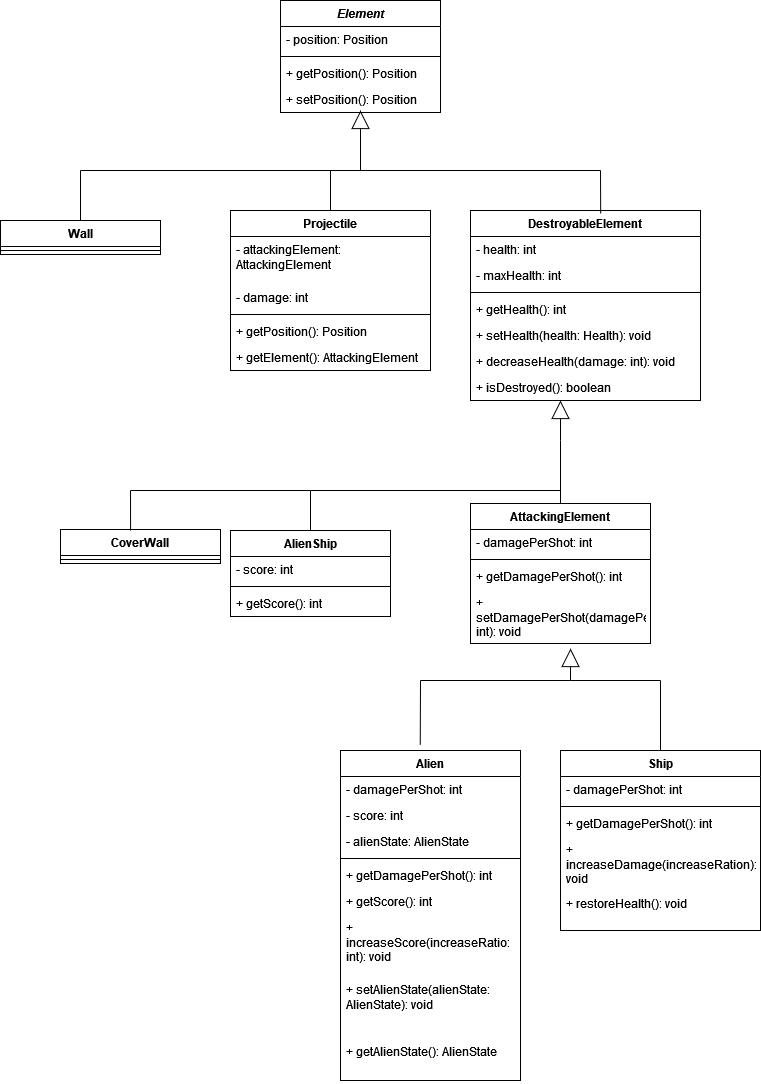
This is docs/Images_UML/Composite_Pattern.png from FEUP-LDTS-2023/project-l04gr03, a draw.io export, as it was before one commit. Source tidied: cells renumbered, new cells last; positions are measured from the earlier drawing's top-left corner, leaving out a move shared by most shapes.
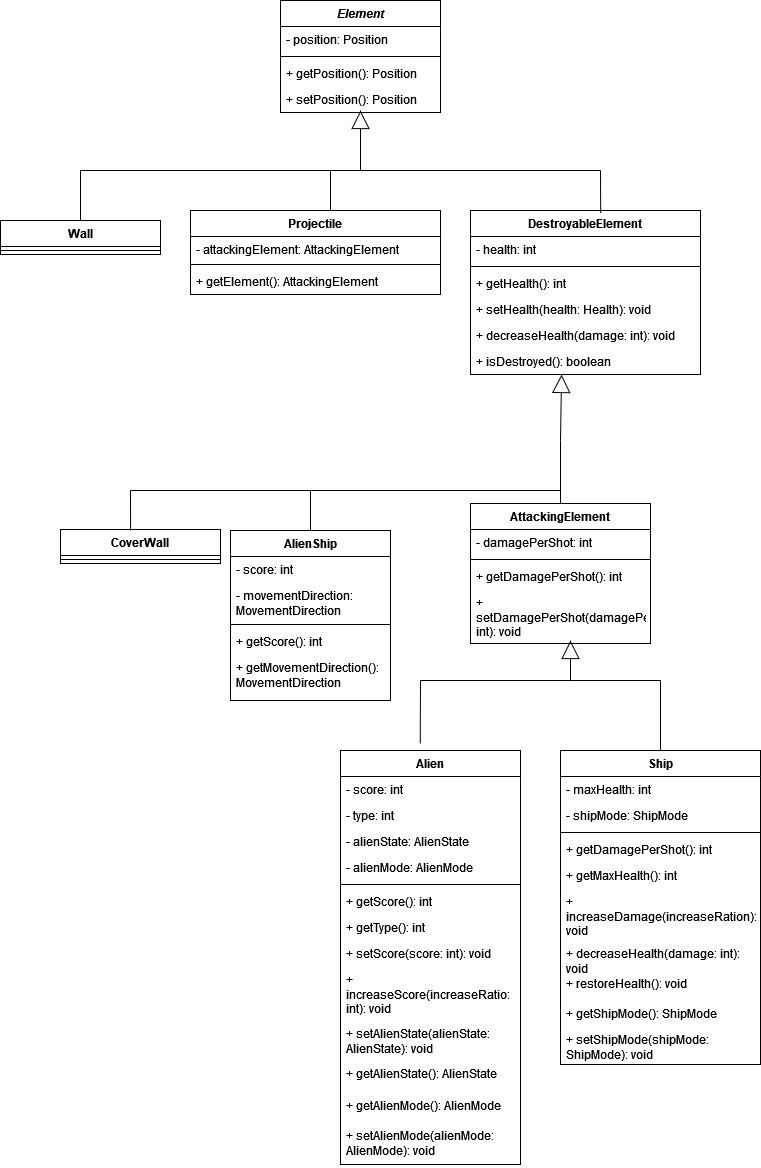
After the commit.

Commit message:
Updating composite pattern UML.

Change to the diagram source:
```diff
@@ -24,41 +24,44 @@
       <mxGeometry y="26" width="160" height="8" as="geometry" />
     </mxCell>
     <mxCell id="9" value="DestroyableElement" style="swimlane;fontStyle=1;align=center;verticalAlign=top;horizontal=1;startSize=26;whiteSpace=wrap;html=1;" parent="1" vertex="1">
-      <mxGeometry x="470" y="210" width="230" height="190" as="geometry" />
+      <mxGeometry x="470" y="210" width="230" height="164" as="geometry" />
     </mxCell>
     <mxCell id="10" value="- health: int" style="text;strokeColor=none;fillColor=none;align=left;verticalAlign=top;spacingLeft=4;spacingRight=4;overflow=hidden;whiteSpace=wrap;html=1;" parent="9" vertex="1">
       <mxGeometry y="26" width="230" height="26" as="geometry" />
     </mxCell>
-    <mxCell id="11" value="- maxHealth: int" style="text;strokeColor=none;fillColor=none;align=left;verticalAlign=top;spacingLeft=4;spacingRight=4;overflow=hidden;whiteSpace=wrap;html=1;" parent="9" vertex="1">
-      <mxGeometry y="52" width="230" height="26" as="geometry" />
-    </mxCell>
     <mxCell id="12" style="line;strokeWidth=1;fillColor=none;align=left;verticalAlign=middle;spacingTop=-1;spacingLeft=3;spacingRight=3;labelPosition=right;strokeColor=inherit;" parent="9" vertex="1">
-      <mxGeometry y="78" width="230" height="8" as="geometry" />
+      <mxGeometry y="52" width="230" height="8" as="geometry" />
     </mxCell>
     <mxCell id="13" value="+ getHealth(): int" style="text;strokeColor=none;fillColor=none;align=left;verticalAlign=top;spacingLeft=4;spacingRight=4;overflow=hidden;whiteSpace=wrap;html=1;" parent="9" vertex="1">
-      <mxGeometry y="86" width="230" height="26" as="geometry" />
+      <mxGeometry y="60" width="230" height="26" as="geometry" />
     </mxCell>
     <mxCell id="14" value="+ setHealth(health: Health): void" style="text;strokeColor=none;fillColor=none;align=left;verticalAlign=top;spacingLeft=4;spacingRight=4;overflow=hidden;whiteSpace=wrap;html=1;" parent="9" vertex="1">
-      <mxGeometry y="112" width="230" height="26" as="geometry" />
+      <mxGeometry y="86" width="230" height="26" as="geometry" />
     </mxCell>
     <mxCell id="15" value="+ decreaseHealth(damage: int): void" style="text;strokeColor=none;fillColor=none;align=left;verticalAlign=top;spacingLeft=4;spacingRight=4;overflow=hidden;whiteSpace=wrap;html=1;" parent="9" vertex="1">
-      <mxGeometry y="138" width="230" height="26" as="geometry" />
+      <mxGeometry y="112" width="230" height="26" as="geometry" />
     </mxCell>
     <mxCell id="16" value="+ isDestroyed(): boolean" style="text;strokeColor=none;fillColor=none;align=left;verticalAlign=top;spacingLeft=4;spacingRight=4;overflow=hidden;points=[[0,0.5],[1,0.5]];portConstraint=eastwest;whiteSpace=wrap;html=1;" parent="9" vertex="1">
-      <mxGeometry y="164" width="230" height="26" as="geometry" />
+      <mxGeometry y="138" width="230" height="26" as="geometry" />
     </mxCell>
     <mxCell id="17" value="AlienShip" style="swimlane;fontStyle=1;align=center;verticalAlign=top;horizontal=1;startSize=26;whiteSpace=wrap;html=1;" parent="1" vertex="1">
-      <mxGeometry x="230" y="530" width="160" height="86" as="geometry" />
+      <mxGeometry x="230" y="530" width="160" height="170" as="geometry" />
     </mxCell>
     <mxCell id="18" value="- score: int" style="text;strokeColor=none;fillColor=none;align=left;verticalAlign=top;spacingLeft=4;spacingRight=4;overflow=hidden;whiteSpace=wrap;html=1;" parent="17" vertex="1">
       <mxGeometry y="26" width="160" height="26" as="geometry" />
     </mxCell>
+    <mxCell id="66" value="- movementDirection: MovementDirection" style="text;strokeColor=none;fillColor=none;align=left;verticalAlign=top;spacingLeft=4;spacingRight=4;overflow=hidden;whiteSpace=wrap;html=1;" parent="17" vertex="1">
+      <mxGeometry y="52" width="160" height="38" as="geometry" />
+    </mxCell>
     <mxCell id="19" style="line;strokeWidth=1;fillColor=none;align=left;verticalAlign=middle;spacingTop=-1;spacingLeft=3;spacingRight=3;labelPosition=right;strokeColor=inherit;" parent="17" vertex="1">
-      <mxGeometry y="52" width="160" height="8" as="geometry" />
+      <mxGeometry y="90" width="160" height="8" as="geometry" />
     </mxCell>
     <mxCell id="20" value="+ getScore(): int" style="text;strokeColor=none;fillColor=none;align=left;verticalAlign=top;spacingLeft=4;spacingRight=4;overflow=hidden;whiteSpace=wrap;html=1;" parent="17" vertex="1">
-      <mxGeometry y="60" width="160" height="26" as="geometry" />
+      <mxGeometry y="98" width="160" height="26" as="geometry" />
     </mxCell>
+    <mxCell id="67" value="+ getMovementDirection(): MovementDirection" style="text;strokeColor=none;fillColor=none;align=left;verticalAlign=top;spacingLeft=4;spacingRight=4;overflow=hidden;whiteSpace=wrap;html=1;" parent="17" vertex="1">
+      <mxGeometry y="124" width="160" height="46" as="geometry" />
+    </mxCell>
     <mxCell id="21" value="CoverWall" style="swimlane;fontStyle=1;align=center;verticalAlign=top;horizontal=1;startSize=26;whiteSpace=wrap;html=1;" parent="1" vertex="1">
       <mxGeometry x="60" y="529" width="160" height="34" as="geometry" />
     </mxCell>
@@ -66,53 +69,80 @@
       <mxGeometry y="26" width="160" height="8" as="geometry" />
     </mxCell>
     <mxCell id="23" value="Ship" style="swimlane;fontStyle=1;align=center;verticalAlign=top;horizontal=1;startSize=26;whiteSpace=wrap;html=1;" parent="1" vertex="1">
-      <mxGeometry x="560" y="750" width="200" height="180" as="geometry" />
+      <mxGeometry x="560" y="750" width="200" height="314" as="geometry" />
     </mxCell>
-    <mxCell id="24" value="- damagePerShot: int" style="text;strokeColor=none;fillColor=none;align=left;verticalAlign=top;spacingLeft=4;spacingRight=4;overflow=hidden;whiteSpace=wrap;html=1;" parent="23" vertex="1">
+    <mxCell id="24" value="- maxHealth: int" style="text;strokeColor=none;fillColor=none;align=left;verticalAlign=top;spacingLeft=4;spacingRight=4;overflow=hidden;whiteSpace=wrap;html=1;" parent="23" vertex="1">
       <mxGeometry y="26" width="200" height="26" as="geometry" />
     </mxCell>
+    <mxCell id="68" value="- shipMode: ShipMode" style="text;strokeColor=none;fillColor=none;align=left;verticalAlign=top;spacingLeft=4;spacingRight=4;overflow=hidden;whiteSpace=wrap;html=1;" parent="23" vertex="1">
+      <mxGeometry y="52" width="200" height="26" as="geometry" />
+    </mxCell>
     <mxCell id="25" style="line;strokeWidth=1;fillColor=none;align=left;verticalAlign=middle;spacingTop=-1;spacingLeft=3;spacingRight=3;labelPosition=right;strokeColor=inherit;" parent="23" vertex="1">
-      <mxGeometry y="52" width="200" height="8" as="geometry" />
+      <mxGeometry y="78" width="200" height="8" as="geometry" />
     </mxCell>
     <mxCell id="26" value="+ getDamagePerShot(): int" style="text;strokeColor=none;fillColor=none;align=left;verticalAlign=top;spacingLeft=4;spacingRight=4;overflow=hidden;whiteSpace=wrap;html=1;" parent="23" vertex="1">
-      <mxGeometry y="60" width="200" height="26" as="geometry" />
+      <mxGeometry y="86" width="200" height="26" as="geometry" />
     </mxCell>
+    <mxCell id="69" value="+ getMaxHealth(): int" style="text;strokeColor=none;fillColor=none;align=left;verticalAlign=top;spacingLeft=4;spacingRight=4;overflow=hidden;whiteSpace=wrap;html=1;" parent="23" vertex="1">
+      <mxGeometry y="112" width="200" height="26" as="geometry" />
+    </mxCell>
     <mxCell id="27" value="+ increaseDamage(increaseRation): void" style="text;strokeColor=none;fillColor=none;align=left;verticalAlign=top;spacingLeft=4;spacingRight=4;overflow=hidden;whiteSpace=wrap;html=1;" parent="23" vertex="1">
-      <mxGeometry y="86" width="200" height="54" as="geometry" />
+      <mxGeometry y="138" width="200" height="52" as="geometry" />
     </mxCell>
+    <mxCell id="70" value="+ decreaseHealth(damage: int): void" style="text;strokeColor=none;fillColor=none;align=left;verticalAlign=top;spacingLeft=4;spacingRight=4;overflow=hidden;whiteSpace=wrap;html=1;" parent="23" vertex="1">
+      <mxGeometry y="190" width="200" height="30" as="geometry" />
+    </mxCell>
     <mxCell id="28" value="+ restoreHealth(): void" style="text;strokeColor=none;fillColor=none;align=left;verticalAlign=top;spacingLeft=4;spacingRight=4;overflow=hidden;whiteSpace=wrap;html=1;" parent="23" vertex="1">
-      <mxGeometry y="140" width="200" height="40" as="geometry" />
+      <mxGeometry y="220" width="200" height="30" as="geometry" />
     </mxCell>
+    <mxCell id="71" value="+ getShipMode(): ShipMode" style="text;strokeColor=none;fillColor=none;align=left;verticalAlign=top;spacingLeft=4;spacingRight=4;overflow=hidden;whiteSpace=wrap;html=1;" parent="23" vertex="1">
+      <mxGeometry y="250" width="200" height="26" as="geometry" />
+    </mxCell>
+    <mxCell id="72" value="+ setShipMode(shipMode: ShipMode): void" style="text;strokeColor=none;fillColor=none;align=left;verticalAlign=top;spacingLeft=4;spacingRight=4;overflow=hidden;whiteSpace=wrap;html=1;" parent="23" vertex="1">
+      <mxGeometry y="276" width="200" height="38" as="geometry" />
+    </mxCell>
     <mxCell id="29" value="Alien" style="swimlane;fontStyle=1;align=center;verticalAlign=top;horizontal=1;startSize=26;whiteSpace=wrap;html=1;" parent="1" vertex="1">
-      <mxGeometry x="340" y="750" width="180" height="330" as="geometry" />
+      <mxGeometry x="340" y="750" width="180" height="414" as="geometry" />
     </mxCell>
-    <mxCell id="30" value="- damagePerShot: int" style="text;strokeColor=none;fillColor=none;align=left;verticalAlign=top;spacingLeft=4;spacingRight=4;overflow=hidden;whiteSpace=wrap;html=1;" parent="29" vertex="1">
-      <mxGeometry y="26" width="180" height="26" as="geometry" />
-    </mxCell>
     <mxCell id="31" value="- score: int" style="text;strokeColor=none;fillColor=none;align=left;verticalAlign=top;spacingLeft=4;spacingRight=4;overflow=hidden;whiteSpace=wrap;html=1;" parent="29" vertex="1">
-      <mxGeometry y="52" width="180" height="26" as="geometry" />
+      <mxGeometry y="26" width="180" height="26" as="geometry" />
     </mxCell>
+    <mxCell id="73" value="- type: int" style="text;strokeColor=none;fillColor=none;align=left;verticalAlign=top;spacingLeft=4;spacingRight=4;overflow=hidden;whiteSpace=wrap;html=1;" parent="29" vertex="1">
+      <mxGeometry y="52" width="180" height="26" as="geometry" />
+    </mxCell>
     <mxCell id="32" value="- alienState: AlienState" style="text;strokeColor=none;fillColor=none;align=left;verticalAlign=top;spacingLeft=4;spacingRight=4;overflow=hidden;whiteSpace=wrap;html=1;" parent="29" vertex="1">
       <mxGeometry y="78" width="180" height="26" as="geometry" />
     </mxCell>
+    <mxCell id="74" value="- alienMode: AlienMode" style="text;strokeColor=none;fillColor=none;align=left;verticalAlign=top;spacingLeft=4;spacingRight=4;overflow=hidden;whiteSpace=wrap;html=1;" parent="29" vertex="1">
+      <mxGeometry y="104" width="180" height="26" as="geometry" />
+    </mxCell>
     <mxCell id="33" style="line;strokeWidth=1;fillColor=none;align=left;verticalAlign=middle;spacingTop=-1;spacingLeft=3;spacingRight=3;labelPosition=right;strokeColor=inherit;" parent="29" vertex="1">
-      <mxGeometry y="104" width="180" height="8" as="geometry" />
+      <mxGeometry y="130" width="180" height="8" as="geometry" />
     </mxCell>
-    <mxCell id="34" value="+ getDamagePerShot(): int" style="text;strokeColor=none;fillColor=none;align=left;verticalAlign=top;spacingLeft=4;spacingRight=4;overflow=hidden;whiteSpace=wrap;html=1;" parent="29" vertex="1">
-      <mxGeometry y="112" width="180" height="26" as="geometry" />
-    </mxCell>
     <mxCell id="35" value="+ getScore(): int" style="text;strokeColor=none;fillColor=none;align=left;verticalAlign=top;spacingLeft=4;spacingRight=4;overflow=hidden;whiteSpace=wrap;html=1;" parent="29" vertex="1">
       <mxGeometry y="138" width="180" height="26" as="geometry" />
     </mxCell>
+    <mxCell id="75" value="+ getType(): int" style="text;strokeColor=none;fillColor=none;align=left;verticalAlign=top;spacingLeft=4;spacingRight=4;overflow=hidden;whiteSpace=wrap;html=1;" parent="29" vertex="1">
+      <mxGeometry y="164" width="180" height="26" as="geometry" />
+    </mxCell>
+    <mxCell id="76" value="+ setScore(score: int): void" style="text;strokeColor=none;fillColor=none;align=left;verticalAlign=top;spacingLeft=4;spacingRight=4;overflow=hidden;whiteSpace=wrap;html=1;" parent="29" vertex="1">
+      <mxGeometry y="190" width="180" height="26" as="geometry" />
+    </mxCell>
     <mxCell id="36" value="+ increaseScore(increaseRatio: int): void" style="text;strokeColor=none;fillColor=none;align=left;verticalAlign=top;spacingLeft=4;spacingRight=4;overflow=hidden;whiteSpace=wrap;html=1;" parent="29" vertex="1">
-      <mxGeometry y="164" width="180" height="62" as="geometry" />
+      <mxGeometry y="216" width="180" height="54" as="geometry" />
     </mxCell>
     <mxCell id="37" value="+ setAlienState(alienState: AlienState): void" style="text;strokeColor=none;fillColor=none;align=left;verticalAlign=top;spacingLeft=4;spacingRight=4;overflow=hidden;whiteSpace=wrap;html=1;" parent="29" vertex="1">
-      <mxGeometry y="226" width="180" height="62" as="geometry" />
+      <mxGeometry y="270" width="180" height="40" as="geometry" />
     </mxCell>
+    <mxCell id="77" value="+ getAlienState(): AlienState" style="text;strokeColor=none;fillColor=none;align=left;verticalAlign=top;spacingLeft=4;spacingRight=4;overflow=hidden;whiteSpace=wrap;html=1;" parent="29" vertex="1">
+      <mxGeometry y="310" width="180" height="32" as="geometry" />
+    </mxCell>
-    <mxCell id="38" value="+ getAlienState(): AlienState" style="text;strokeColor=none;fillColor=none;align=left;verticalAlign=top;spacingLeft=4;spacingRight=4;overflow=hidden;whiteSpace=wrap;html=1;" parent="29" vertex="1">
-      <mxGeometry y="288" width="180" height="42" as="geometry" />
+    <mxCell id="38" value="+ getAlienMode(): AlienMode" style="text;strokeColor=none;fillColor=none;align=left;verticalAlign=top;spacingLeft=4;spacingRight=4;overflow=hidden;whiteSpace=wrap;html=1;" parent="29" vertex="1">
+      <mxGeometry y="342" width="180" height="30" as="geometry" />
     </mxCell>
+    <mxCell id="78" value="+ setAlienMode(alienMode: AlienMode): void" style="text;strokeColor=none;fillColor=none;align=left;verticalAlign=top;spacingLeft=4;spacingRight=4;overflow=hidden;whiteSpace=wrap;html=1;" parent="29" vertex="1">
+      <mxGeometry y="372" width="180" height="42" as="geometry" />
+    </mxCell>
     <mxCell id="39" style="endArrow=none;html=1;rounded=0;" parent="1" edge="1">
       <mxGeometry relative="1" as="geometry">
         <mxPoint x="80" y="170" as="sourcePoint" />
@@ -135,22 +165,16 @@
       </mxGeometry>
     </mxCell>
     <mxCell id="42" value="Projectile" style="swimlane;fontStyle=1;align=center;verticalAlign=top;horizontal=1;startSize=26;whiteSpace=wrap;html=1;" parent="1" vertex="1">
-      <mxGeometry x="230" y="210" width="200" height="160" as="geometry" />
+      <mxGeometry x="190" y="210" width="250" height="84" as="geometry" />
     </mxCell>
     <mxCell id="43" value="- attackingElement: AttackingElement" style="text;strokeColor=none;fillColor=none;align=left;verticalAlign=top;spacingLeft=4;spacingRight=4;overflow=hidden;whiteSpace=wrap;html=1;" parent="42" vertex="1">
-      <mxGeometry y="26" width="200" height="48" as="geometry" />
+      <mxGeometry y="26" width="250" height="24" as="geometry" />
     </mxCell>
-    <mxCell id="44" value="- damage: int" style="text;strokeColor=none;fillColor=none;align=left;verticalAlign=top;spacingLeft=4;spacingRight=4;overflow=hidden;whiteSpace=wrap;html=1;" parent="42" vertex="1">
-      <mxGeometry y="74" width="200" height="26" as="geometry" />
-    </mxCell>
     <mxCell id="45" style="line;strokeWidth=1;fillColor=none;align=left;verticalAlign=middle;spacingTop=-1;spacingLeft=3;spacingRight=3;labelPosition=right;strokeColor=inherit;" parent="42" vertex="1">
-      <mxGeometry y="100" width="200" height="8" as="geometry" />
+      <mxGeometry y="50" width="250" height="8" as="geometry" />
     </mxCell>
-    <mxCell id="46" value="+ getPosition(): Position" style="text;strokeColor=none;fillColor=none;align=left;verticalAlign=top;spacingLeft=4;spacingRight=4;overflow=hidden;whiteSpace=wrap;html=1;" parent="42" vertex="1">
-      <mxGeometry y="108" width="200" height="26" as="geometry" />
-    </mxCell>
     <mxCell id="47" value="+ getElement(): AttackingElement" style="text;strokeColor=none;fillColor=none;align=left;verticalAlign=top;spacingLeft=4;spacingRight=4;overflow=hidden;whiteSpace=wrap;html=1;" parent="42" vertex="1">
-      <mxGeometry y="134" width="200" height="26" as="geometry" />
+      <mxGeometry y="58" width="250" height="26" as="geometry" />
     </mxCell>
     <mxCell id="48" style="endArrow=block;endSize=16;endFill=0;html=1;rounded=0;" parent="1" edge="1">
       <mxGeometry relative="1" as="geometry">
@@ -174,10 +198,9 @@
         <mxPoint x="600" y="170" as="targetPoint" />
       </mxGeometry>
     </mxCell>
-    <mxCell id="52" style="endArrow=block;endSize=16;endFill=0;html=1;rounded=0;" parent="1" edge="1">
+    <mxCell id="52" style="endArrow=block;endSize=16;endFill=0;html=1;rounded=0;entryX=0.396;entryY=1;entryDx=0;entryDy=0;entryPerimeter=0;" parent="1" edge="1" target="16">
       <mxGeometry relative="1" as="geometry">
         <mxPoint x="560" y="440" as="sourcePoint" />
-        <mxPoint x="560" y="400" as="targetPoint" />
       </mxGeometry>
     </mxCell>
     <mxCell id="53" style="endArrow=none;html=1;rounded=0;exitX=0.5;exitY=0;exitDx=0;exitDy=0;" parent="1" edge="1" source="17">
@@ -210,9 +233,10 @@
         <mxPoint x="560" y="440" as="targetPoint" />
       </mxGeometry>
     </mxCell>
-    <mxCell id="61" style="endArrow=block;endSize=16;endFill=0;html=1;rounded=0;entryX=0.556;entryY=1.093;entryDx=0;entryDy=0;entryPerimeter=0;" parent="1" edge="1" target="59">
+    <mxCell id="61" style="endArrow=block;endSize=16;endFill=0;html=1;rounded=0;" parent="1" edge="1">
       <mxGeometry relative="1" as="geometry">
         <mxPoint x="570" y="680" as="sourcePoint" />
+        <mxPoint x="570" y="640" as="targetPoint" />
       </mxGeometry>
     </mxCell>
     <mxCell id="62" style="endArrow=none;html=1;rounded=0;" parent="1" edge="1">
```
